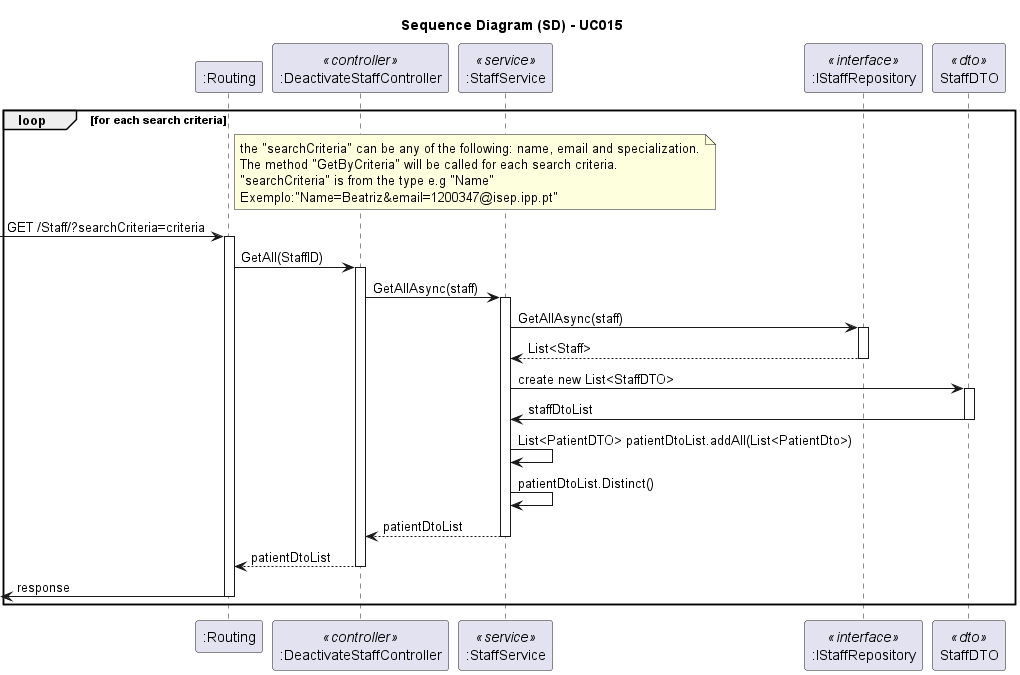
Before: docs/SprintA/UseCases/UC015/03.design/png/uc015-sequence-diagram.png, a diagram exported from PlantUML (1221124/sem5pi-24-25-g031). Source of this version:
```plantuml
@startuml
skinparam packageStyle rectangle
skinparam shadowing false
skinparam linetype polyline
skinparam classAttributeIconSize 0

title Sequence Diagram (SD) - UC015

participant ":Routing" as Routing
participant ":DeactivateStaffController" as Controller <<controller>>
participant ":StaffService" as Service <<service>>
participant ":IStaffRepository" as IRepository <<interface>>
participant "StaffDTO" as StaffDTO <<dto>>

loop for each search criteria

  note right of Routing
    the "searchCriteria" can be any of the following: name, email and specialization.
    The method "GetByCriteria" will be called for each search criteria.
    "searchCriteria" is from the type e.g "Name"
    Exemplo:"Name=Beatriz&email=1200347@isep.ipp.pt"
  end note

  -> Routing: GET /Staff/?searchCriteria=criteria
  activate Routing

  Routing -> Controller: GetAll(StaffID)
  activate Controller

    Controller -> Service: GetAllAsync(staff)
    activate Service

      Service -> IRepository: GetAllAsync(staff)
      activate IRepository

      IRepository --> Service: List<Staff>
      deactivate IRepository

      Service -> StaffDTO: create new List<StaffDTO>
      activate StaffDTO

      StaffDTO -> Service: staffDtoList
      deactivate StaffDTO

      Service -> Service: List<PatientDTO> patientDtoList.addAll(List<PatientDto>)

    Service -> Service: patientDtoList.Distinct()
    Service --> Controller: patientDtoList
    deactivate Service

  Controller --> Routing: patientDtoList
  deactivate Controller

  <- Routing : response
  deactivate Routing

end loop

@enduml
```
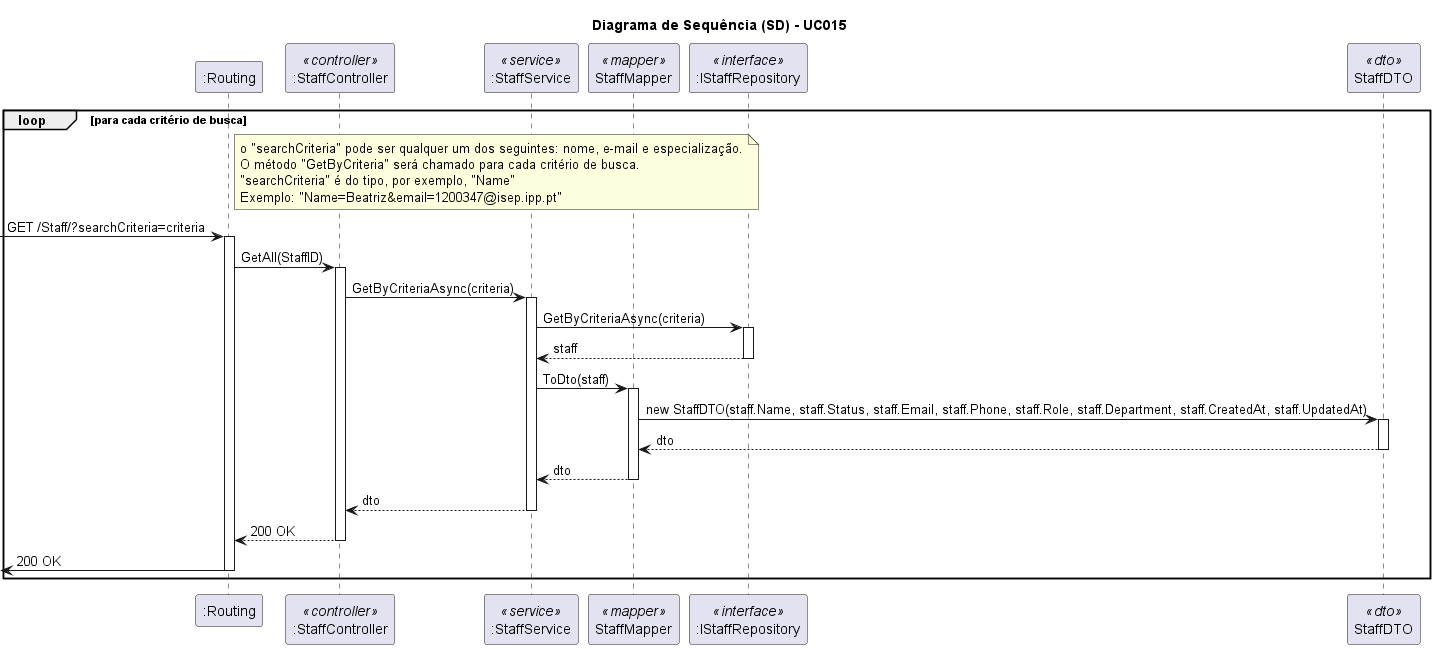
Above is the later version.

What changed in the source:
```diff
@@ -4,21 +4,22 @@
 skinparam linetype polyline
 skinparam classAttributeIconSize 0
 
-title Sequence Diagram (SD) - UC015
+title Diagrama de Sequência (SD) - UC015
 
 participant ":Routing" as Routing
-participant ":DeactivateStaffController" as Controller <<controller>>
+participant ":StaffController" as Controller <<controller>>
 participant ":StaffService" as Service <<service>>
+participant "StaffMapper" as Mapper <<mapper>>
 participant ":IStaffRepository" as IRepository <<interface>>
 participant "StaffDTO" as StaffDTO <<dto>>
 
-loop for each search criteria
+loop para cada critério de busca
 
   note right of Routing
-    the "searchCriteria" can be any of the following: name, email and specialization.
-    The method "GetByCriteria" will be called for each search criteria.
-    "searchCriteria" is from the type e.g "Name"
-    Exemplo:"Name=Beatriz&email=1200347@isep.ipp.pt"
+    o "searchCriteria" pode ser qualquer um dos seguintes: nome, e-mail e especialização.
+    O método "GetByCriteria" será chamado para cada critério de busca.
+    "searchCriteria" é do tipo, por exemplo, "Name"
+    Exemplo: "Name=Beatriz&email=1200347@isep.ipp.pt"
   end note
 
   -> Routing: GET /Staff/?searchCriteria=criteria
@@ -27,31 +28,37 @@
   Routing -> Controller: GetAll(StaffID)
   activate Controller
 
-    Controller -> Service: GetAllAsync(staff)
+    Controller -> Service: GetByCriteriaAsync(criteria)
     activate Service
 
-      Service -> IRepository: GetAllAsync(staff)
+      Service -> IRepository: GetByCriteriaAsync(criteria)
       activate IRepository
 
-      IRepository --> Service: List<Staff>
+        IRepository --> Service: staff
       deactivate IRepository
 
-      Service -> StaffDTO: create new List<StaffDTO>
-      activate StaffDTO
+      Service -> Mapper: ToDto(staff)
+      activate Mapper
 
-      StaffDTO -> Service: staffDtoList
-      deactivate StaffDTO
+        Mapper -> StaffDTO: new StaffDTO(staff.Name, staff.Status, staff.Email, staff.Phone, staff.Role, staff.Department, staff.CreatedAt, staff.UpdatedAt)
+        activate StaffDTO
 
-      Service -> Service: List<PatientDTO> patientDtoList.addAll(List<PatientDto>)
+          StaffDTO --> Mapper: dto
+        deactivate StaffDTO
 
-    Service -> Service: patientDtoList.Distinct()
-    Service --> Controller: patientDtoList
+        Mapper --> Service: dto
+      deactivate Mapper
+
+    Service --> Controller: dto
+
     deactivate Service
 
-  Controller --> Routing: patientDtoList
-  deactivate Controller
+  Controller --> Routing: 200 OK
 
-  <- Routing : response
+
+    deactivate Controller
+
+  <- Routing : 200 OK
   deactivate Routing
 
 end loop
```
